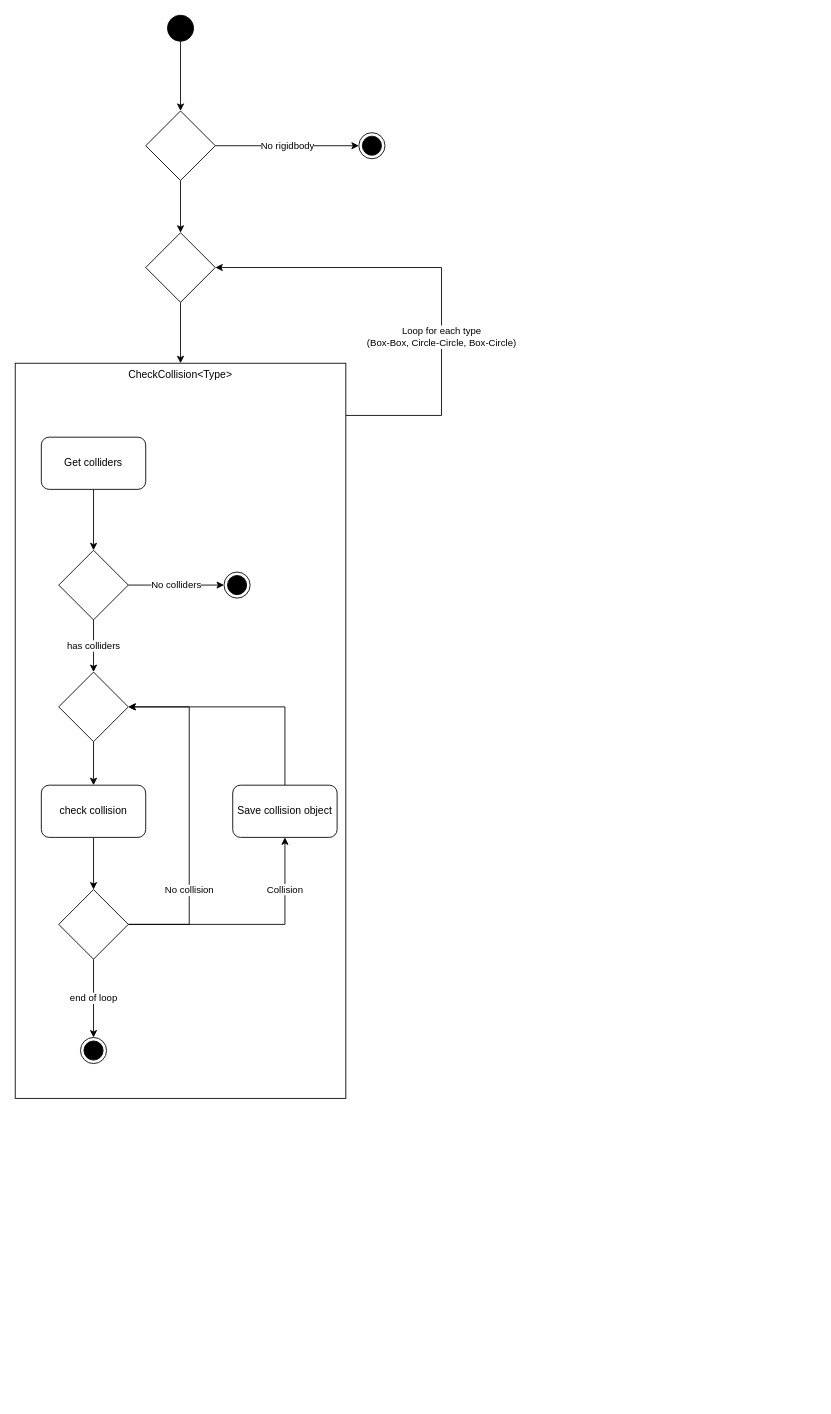
lonkaars/crepe-docs keeps this draw.io diagram as page "Collision System" (5 of 9) of figs.drawio. Above is the earlier version. Source tidied: cells renumbered, new cells numbered last; positions are measured from the earlier drawing's top-left corner, leaving out a move shared by most shapes. Both pictures are drawn from the tidied source at 87%, with x=0, y=0 at pixel (15, 15).
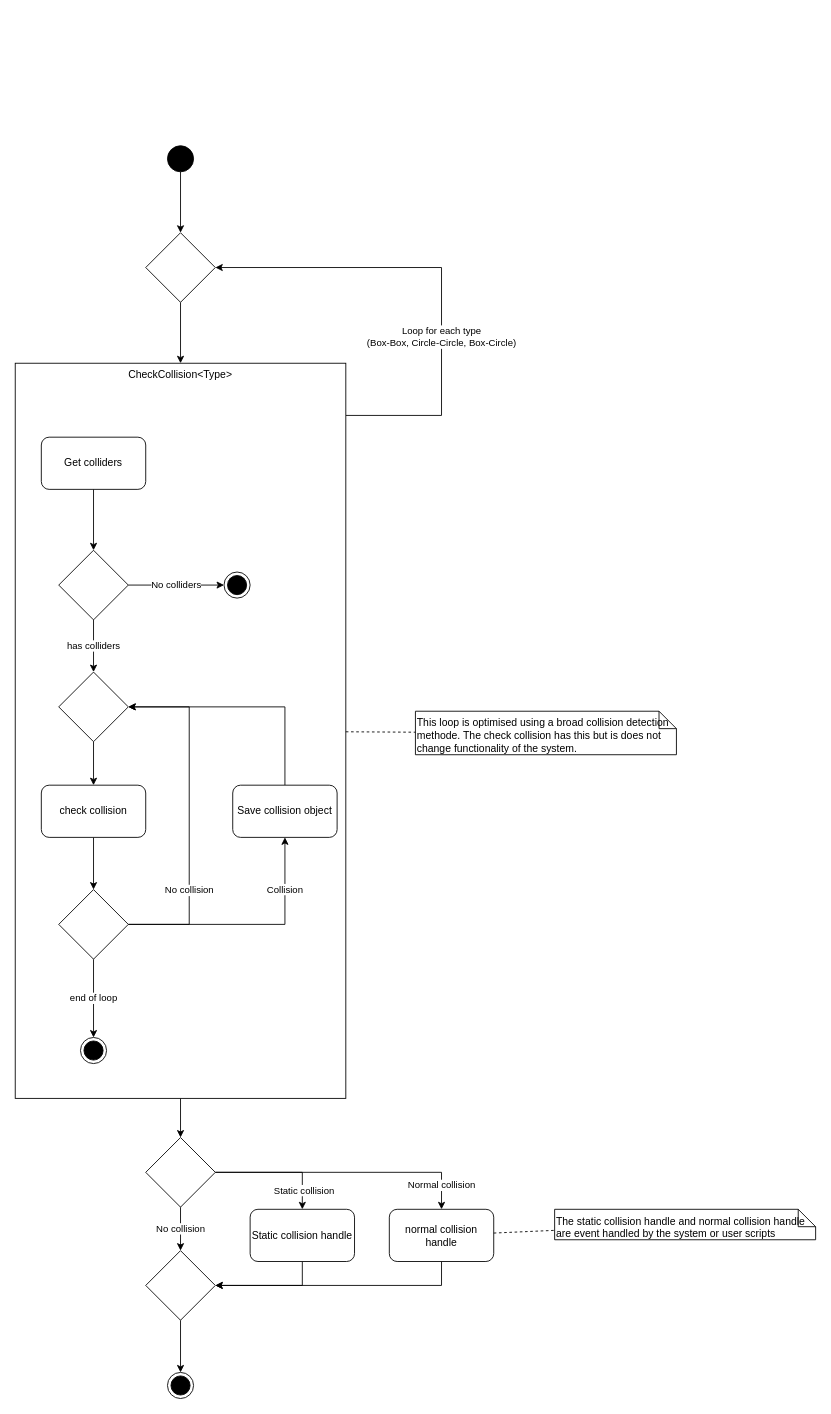
After the change.

The change refers to these unchanged cells:
```xml
<mxCell id="3" value="CheckCollision&amp;lt;Type&amp;gt;" style="rounded=0;whiteSpace=wrap;html=1;verticalAlign=top;" parent="1" vertex="1">
  <mxGeometry y="400" width="380" height="845" as="geometry" />
</mxCell>
<mxCell id="28" style="rhombus;whiteSpace=wrap;html=1;" parent="1" vertex="1">
  <mxGeometry x="150" y="250" width="80" height="80" as="geometry" />
</mxCell>
```

Diff of the diagram source:
```diff
@@
+    <mxCell id="29" style="edgeStyle=orthogonalEdgeStyle;rounded=0;jettySize=auto;html=1;" parent="1" edge="1" source="3" target="36">
+      <mxGeometry relative="1" as="geometry" />
+    </mxCell>
@@
-    <mxCell id="4" value="No rigidbody" style="edgeStyle=orthogonalEdgeStyle;rounded=0;jettySize=auto;html=1;" parent="1" edge="1" source="6" target="7">
-      <mxGeometry relative="1" as="geometry" />
-    </mxCell>
-    <mxCell id="5" style="edgeStyle=orthogonalEdgeStyle;rounded=0;jettySize=auto;html=1;" parent="1" edge="1" source="6" target="28">
-      <mxGeometry relative="1" as="geometry" />
-    </mxCell>
-    <mxCell id="6" style="rhombus;whiteSpace=wrap;html=1;" parent="1" vertex="1">
-      <mxGeometry x="150" y="110" width="80" height="80" as="geometry" />
-    </mxCell>
-    <mxCell id="7" style="ellipse;html=1;shape=endState;fillColor=strokeColor;" parent="1" vertex="1">
-      <mxGeometry x="395" y="135" width="30" height="30" as="geometry" />
-    </mxCell>
-    <mxCell id="8" style="edgeStyle=orthogonalEdgeStyle;rounded=0;jettySize=auto;html=1;" parent="1" edge="1" source="9" target="6">
-      <mxGeometry relative="1" as="geometry" />
-    </mxCell>
+    <mxCell id="30" style="edgeStyle=orthogonalEdgeStyle;rounded=0;jettySize=auto;html=1;" parent="1" edge="1" source="9" target="28">
+      <mxGeometry relative="1" as="geometry" />
+    </mxCell>
     <mxCell id="9" style="ellipse;fillColor=strokeColor;html=1;" parent="1" vertex="1">
-      <mxGeometry x="175" width="30" height="30" as="geometry" />
+      <mxGeometry x="175" y="150" width="30" height="30" as="geometry" />
     </mxCell>
@@
+    <mxCell id="31" value="No collision" style="edgeStyle=orthogonalEdgeStyle;rounded=0;jettySize=auto;html=1;" parent="1" edge="1" source="36" target="38">
+      <mxGeometry relative="1" as="geometry" />
+    </mxCell>
+    <mxCell id="32" style="edgeStyle=orthogonalEdgeStyle;rounded=0;jettySize=auto;html=1;" parent="1" edge="1" source="36" target="40">
+      <mxGeometry relative="1" as="geometry">
+        <Array as="points">
+          <mxPoint x="330" y="1330" />
+        </Array>
+      </mxGeometry>
+    </mxCell>
+    <mxCell id="33" value="Static collision" style="edgeLabel;html=1;align=center;verticalAlign=middle;" parent="32" vertex="1">
+      <mxGeometry x="0.68" y="1" relative="1" as="geometry" />
+    </mxCell>
+    <mxCell id="34" style="edgeStyle=orthogonalEdgeStyle;rounded=0;jettySize=auto;html=1;" parent="1" edge="1" source="36" target="42">
+      <mxGeometry relative="1" as="geometry">
+        <Array as="points">
+          <mxPoint x="490" y="1330" />
+        </Array>
+      </mxGeometry>
+    </mxCell>
+    <mxCell id="35" value="Normal collision" style="edgeLabel;html=1;align=center;verticalAlign=middle;" parent="34" vertex="1">
+      <mxGeometry x="0.81" y="-1" relative="1" as="geometry" />
+    </mxCell>
+    <mxCell id="36" style="rhombus;whiteSpace=wrap;html=1;" parent="1" vertex="1">
+      <mxGeometry x="150" y="1290" width="80" height="80" as="geometry" />
+    </mxCell>
+    <mxCell id="37" style="edgeStyle=orthogonalEdgeStyle;rounded=0;jettySize=auto;html=1;" parent="1" edge="1" source="38" target="45">
+      <mxGeometry relative="1" as="geometry" />
+    </mxCell>
+    <mxCell id="38" style="rhombus;whiteSpace=wrap;html=1;" parent="1" vertex="1">
+      <mxGeometry x="150" y="1420" width="80" height="80" as="geometry" />
+    </mxCell>
+    <mxCell id="39" style="edgeStyle=orthogonalEdgeStyle;rounded=0;jettySize=auto;html=1;" parent="1" edge="1" source="40" target="38">
+      <mxGeometry relative="1" as="geometry">
+        <Array as="points">
+          <mxPoint x="330" y="1460" />
+        </Array>
+      </mxGeometry>
+    </mxCell>
+    <mxCell id="40" value="Static collision handle" style="rounded=1;whiteSpace=wrap;html=1;" parent="1" vertex="1">
+      <mxGeometry x="270" y="1372.5" width="120" height="60" as="geometry" />
+    </mxCell>
+    <mxCell id="41" style="edgeStyle=orthogonalEdgeStyle;rounded=0;jettySize=auto;html=1;" parent="1" edge="1" source="42" target="38">
+      <mxGeometry relative="1" as="geometry">
+        <Array as="points">
+          <mxPoint x="490" y="1460" />
+        </Array>
+      </mxGeometry>
+    </mxCell>
+    <mxCell id="42" value="normal collision handle" style="rounded=1;whiteSpace=wrap;html=1;" parent="1" vertex="1">
+      <mxGeometry x="430" y="1372.5" width="120" height="60" as="geometry" />
+    </mxCell>
+    <mxCell id="43" value="&lt;div&gt;&lt;div&gt;The static collision handle and normal collision handle are event handled by the system or user scripts&lt;/div&gt;&lt;/div&gt;" style="shape=note;size=20;whiteSpace=wrap;html=1;align=left;verticalAlign=top;" parent="1" vertex="1">
+      <mxGeometry x="620" y="1372.5" width="300" height="35" as="geometry" />
+    </mxCell>
+    <mxCell id="44" style="endArrow=none;dashed=1;html=1;rounded=0;" parent="1" edge="1" source="42" target="43">
+      <mxGeometry relative="1" as="geometry" />
+    </mxCell>
+    <mxCell id="45" style="ellipse;html=1;shape=endState;fillColor=strokeColor;" parent="1" vertex="1">
+      <mxGeometry x="175" y="1560" width="30" height="30" as="geometry" />
+    </mxCell>
+    <mxCell id="46" value="&lt;div&gt;&lt;div&gt;This loop is optimised using a broad collision detection methode. The check collision has this but is does not change functionality of the system.&lt;/div&gt;&lt;/div&gt;" style="shape=note;size=20;whiteSpace=wrap;html=1;align=left;verticalAlign=top;" parent="1" vertex="1">
+      <mxGeometry x="460" y="800" width="300" height="50" as="geometry" />
+    </mxCell>
+    <mxCell id="47" style="endArrow=none;dashed=1;html=1;rounded=0;" parent="1" edge="1" source="3" target="46">
+      <mxGeometry relative="1" as="geometry" />
+    </mxCell>
```
